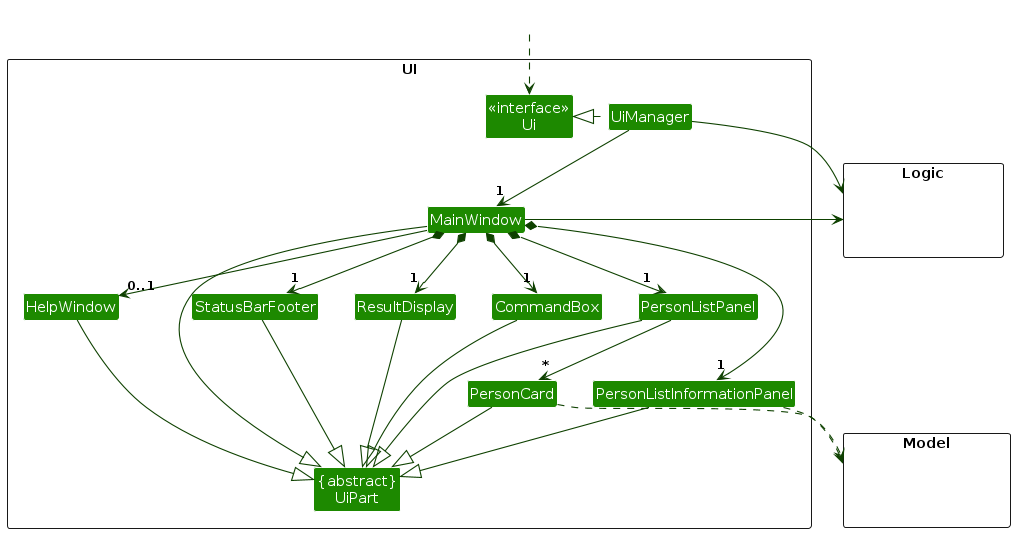
Above: diagrams/UiClassDiagram.png in AriellaCallista/tp (PlantUML), before the change. Its source is kept beside it as diagrams/UiClassDiagram.puml. Its diagram source:
```plantuml
@startuml
!include style.puml
skinparam arrowThickness 1.1
skinparam arrowColor UI_COLOR_T4
skinparam classBackgroundColor UI_COLOR

package UI <<Rectangle>>{
Class "<<interface>>\nUi" as Ui
Class "{abstract}\nUiPart" as UiPart
Class UiManager
Class MainWindow
Class HelpWindow
Class ResultDisplay
Class PersonListPanel
Class PersonCard
Class StatusBarFooter
Class CommandBox
Class PersonListInformationPanel
}

package Model <<Rectangle>> {
Class HiddenModel #FFFFFF
}

package Logic <<Rectangle>> {
Class HiddenLogic #FFFFFF
}

Class HiddenOutside #FFFFFF
HiddenOutside ..> Ui

UiManager .left.|> Ui
UiManager -down-> "1" MainWindow
MainWindow *-down->  "1" CommandBox
MainWindow *-down-> "1" ResultDisplay
MainWindow *-down-> "1" PersonListPanel
MainWindow *-down-> "1" StatusBarFooter
MainWindow *-down-> "1" PersonListInformationPanel
MainWindow --> "0..1" HelpWindow

PersonListPanel -down-> "*" PersonCard

MainWindow -left-|> UiPart

ResultDisplay --|> UiPart
CommandBox --|> UiPart
PersonListPanel --|> UiPart
PersonListInformationPanel --|> UiPart
PersonCard --|> UiPart
StatusBarFooter --|> UiPart
HelpWindow --|> UiPart




PersonCard ..> Model
PersonListInformationPanel ..> Model
UiManager -right-> Logic
MainWindow -left-> Logic

PersonListPanel -[hidden]left- HelpWindow
HelpWindow -[hidden]left- CommandBox
CommandBox -[hidden]left- ResultDisplay
ResultDisplay -[hidden]left- StatusBarFooter

MainWindow -[hidden]-|> UiPart
@enduml
```
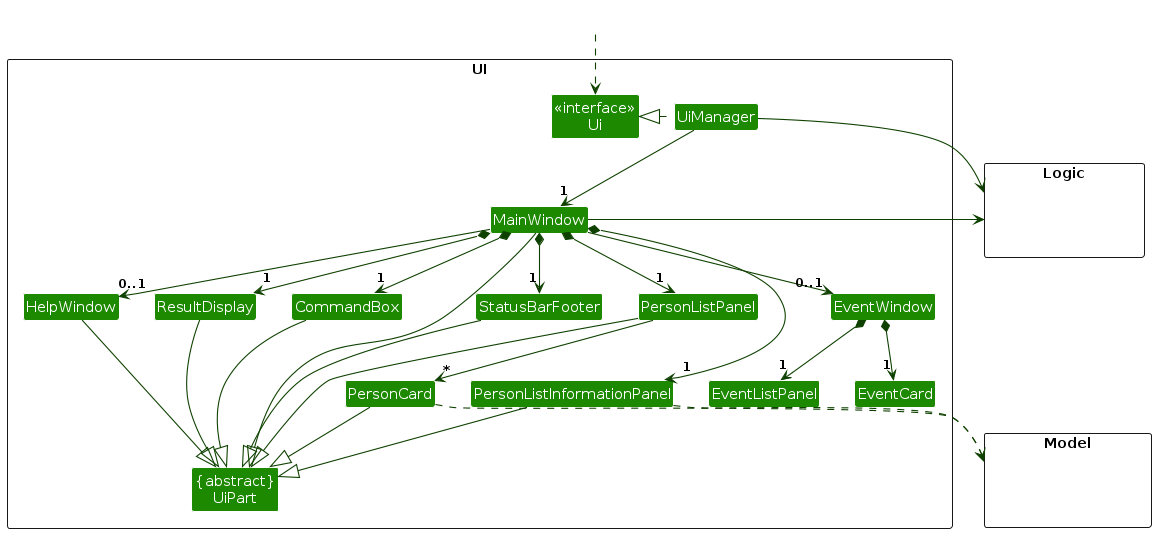
After the change.

The edit, as a diff of the source:
```diff
@@ -16,6 +16,9 @@
 Class StatusBarFooter
 Class CommandBox
 Class PersonListInformationPanel
+Class EventWindow
+Class EventListPanel
+Class EventCard
 }
 
 package Model <<Rectangle>> {
@@ -30,13 +33,16 @@
 HiddenOutside ..> Ui
 
 UiManager .left.|> Ui
-UiManager -down-> "1" MainWindow
-MainWindow *-down->  "1" CommandBox
+UiManager -down-> "1"MainWindow
+MainWindow*-down->  "1" CommandBox
 MainWindow *-down-> "1" ResultDisplay
 MainWindow *-down-> "1" PersonListPanel
 MainWindow *-down-> "1" StatusBarFooter
 MainWindow *-down-> "1" PersonListInformationPanel
 MainWindow --> "0..1" HelpWindow
+MainWindow --> "0..1" EventWindow
+EventWindow *-down-> "1" EventCard
+EventWindow *-down-> "1" EventListPanel
 
 PersonListPanel -down-> "*" PersonCard
 
@@ -58,9 +64,9 @@
 UiManager -right-> Logic
 MainWindow -left-> Logic
 
-PersonListPanel -[hidden]left- HelpWindow
-HelpWindow -[hidden]left- CommandBox
-CommandBox -[hidden]left- ResultDisplay
+PersonListPanel -[hidden]left-HelpWindow
+HelpWindow -[hidden]left-CommandBox
+CommandBox -[hidden]left-ResultDisplay
 ResultDisplay -[hidden]left- StatusBarFooter
 
 MainWindow -[hidden]-|> UiPart
```
